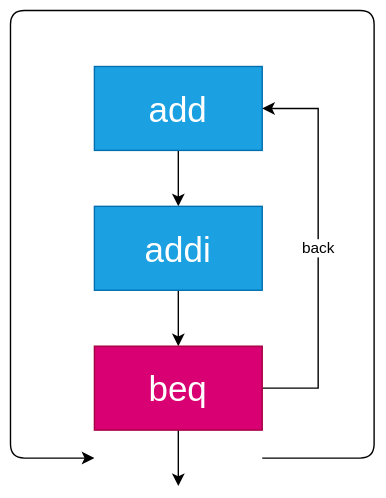
Before: computer-architechture/loop.drawio.svg, a diagram exported from draw.io (mazrean/slides). Source tidied: cells renumbered, new cells last; positions are measured from the earlier drawing's top-left corner, leaving out a move shared by most shapes. Source of this version:
```xml
<mxGraphModel>
  <root>
    <mxCell id="0" />
    <mxCell id="1" parent="0" />
    <mxCell id="2" style="edgeStyle=orthogonalEdgeStyle;rounded=0;jettySize=auto;html=1;entryX=0.5;entryY=0;entryDx=0;entryDy=0;" parent="1" edge="1" source="3" target="5">
      <mxGeometry relative="1" as="geometry" />
    </mxCell>
    <mxCell id="3" value="&lt;font style=&quot;font-size: 25px&quot;&gt;add&lt;/font&gt;" style="rounded=0;whiteSpace=wrap;html=1;fillColor=#1ba1e2;strokeColor=#006EAF;fontColor=#ffffff;" parent="1" vertex="1">
      <mxGeometry x="60" y="40" width="120" height="60" as="geometry" />
    </mxCell>
    <mxCell id="4" style="edgeStyle=orthogonalEdgeStyle;rounded=0;jettySize=auto;html=1;entryX=0.5;entryY=0;entryDx=0;entryDy=0;" parent="1" edge="1" source="5" target="8">
      <mxGeometry relative="1" as="geometry" />
    </mxCell>
    <mxCell id="5" value="&lt;font style=&quot;font-size: 25px&quot;&gt;addi&lt;/font&gt;" style="rounded=0;whiteSpace=wrap;html=1;fillColor=#1ba1e2;strokeColor=#006EAF;fontColor=#ffffff;" parent="1" vertex="1">
      <mxGeometry x="60" y="140" width="120" height="60" as="geometry" />
    </mxCell>
    <mxCell id="6" value="back" style="edgeStyle=orthogonalEdgeStyle;rounded=0;jettySize=auto;html=1;entryX=1;entryY=0.5;entryDx=0;entryDy=0;" parent="1" edge="1" source="8" target="3">
      <mxGeometry relative="1" as="geometry">
        <Array as="points">
          <mxPoint x="220" y="270" />
          <mxPoint x="220" y="70" />
        </Array>
      </mxGeometry>
    </mxCell>
    <mxCell id="7" style="edgeStyle=orthogonalEdgeStyle;rounded=0;jettySize=auto;html=1;" parent="1" edge="1" source="8">
      <mxGeometry relative="1" as="geometry">
        <mxPoint x="120" y="340" as="targetPoint" />
      </mxGeometry>
    </mxCell>
    <mxCell id="8" value="&lt;font style=&quot;font-size: 25px&quot;&gt;beq&lt;/font&gt;" style="rounded=0;whiteSpace=wrap;html=1;fillColor=#d80073;strokeColor=#A50040;fontColor=#ffffff;" parent="1" vertex="1">
      <mxGeometry x="60" y="240" width="120" height="60" as="geometry" />
    </mxCell>
    <mxCell id="9" style="endArrow=classic;html=1;" parent="1" edge="1">
      <mxGeometry relative="1" as="geometry">
        <mxPoint x="180" y="320" as="sourcePoint" />
        <mxPoint x="60" y="320" as="targetPoint" />
        <Array as="points">
          <mxPoint x="260" y="320" />
          <mxPoint x="260" />
          <mxPoint />
          <mxPoint y="320" />
        </Array>
      </mxGeometry>
    </mxCell>
  </root>
</mxGraphModel>
```
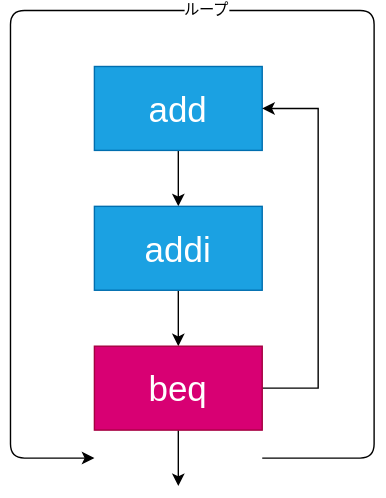
After the change.

Change to the diagram source:
```diff
@@ -14,7 +14,7 @@
     <mxCell id="5" value="&lt;font style=&quot;font-size: 25px&quot;&gt;addi&lt;/font&gt;" style="rounded=0;whiteSpace=wrap;html=1;fillColor=#1ba1e2;strokeColor=#006EAF;fontColor=#ffffff;" parent="1" vertex="1">
       <mxGeometry x="60" y="140" width="120" height="60" as="geometry" />
     </mxCell>
-    <mxCell id="6" value="back" style="edgeStyle=orthogonalEdgeStyle;rounded=0;jettySize=auto;html=1;entryX=1;entryY=0.5;entryDx=0;entryDy=0;" parent="1" edge="1" source="8" target="3">
+    <mxCell id="6" style="edgeStyle=orthogonalEdgeStyle;rounded=0;jettySize=auto;html=1;entryX=1;entryY=0.5;entryDx=0;entryDy=0;" parent="1" edge="1" source="8" target="3">
       <mxGeometry relative="1" as="geometry">
         <Array as="points">
           <mxPoint x="220" y="270" />
@@ -30,7 +30,7 @@
     <mxCell id="8" value="&lt;font style=&quot;font-size: 25px&quot;&gt;beq&lt;/font&gt;" style="rounded=0;whiteSpace=wrap;html=1;fillColor=#d80073;strokeColor=#A50040;fontColor=#ffffff;" parent="1" vertex="1">
       <mxGeometry x="60" y="240" width="120" height="60" as="geometry" />
     </mxCell>
-    <mxCell id="9" style="endArrow=classic;html=1;" parent="1" edge="1">
+    <mxCell id="9" value="&lt;font color=&quot;#000000&quot;&gt;ループ&lt;/font&gt;" style="endArrow=classic;html=1;strokeColor=#000000;" parent="1" edge="1">
       <mxGeometry relative="1" as="geometry">
         <mxPoint x="180" y="320" as="sourcePoint" />
         <mxPoint x="60" y="320" as="targetPoint" />
```
